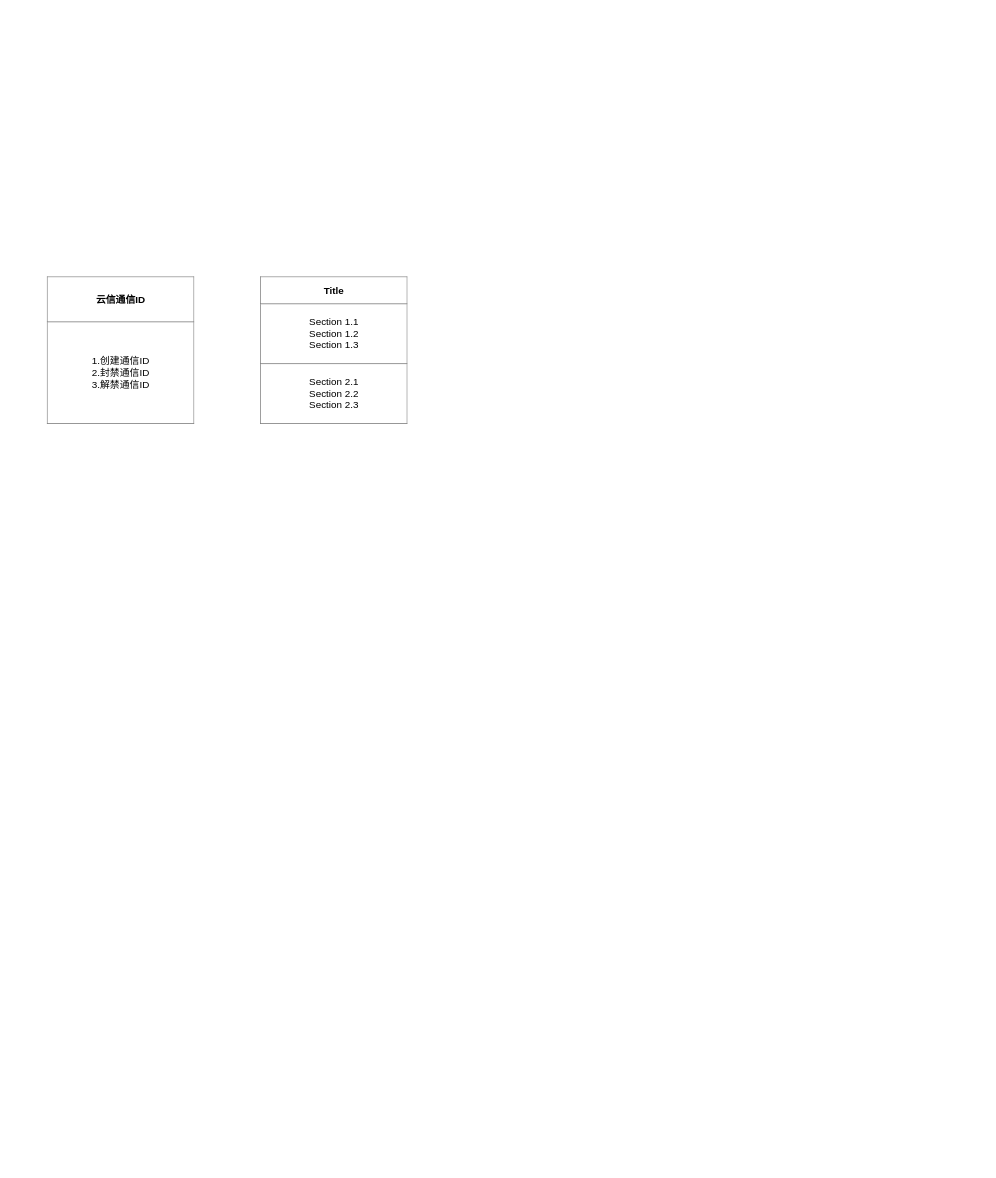
This is 20240417002.drawio from Navven/Img, a draw.io file, before an edit. Source tidied: cells renumbered, new cells numbered last; positions are measured from the earlier drawing's top-left corner, leaving out a move shared by most shapes. Both pictures are drawn from the tidied source at 82%, with x=0, y=0 at pixel (47, 276).
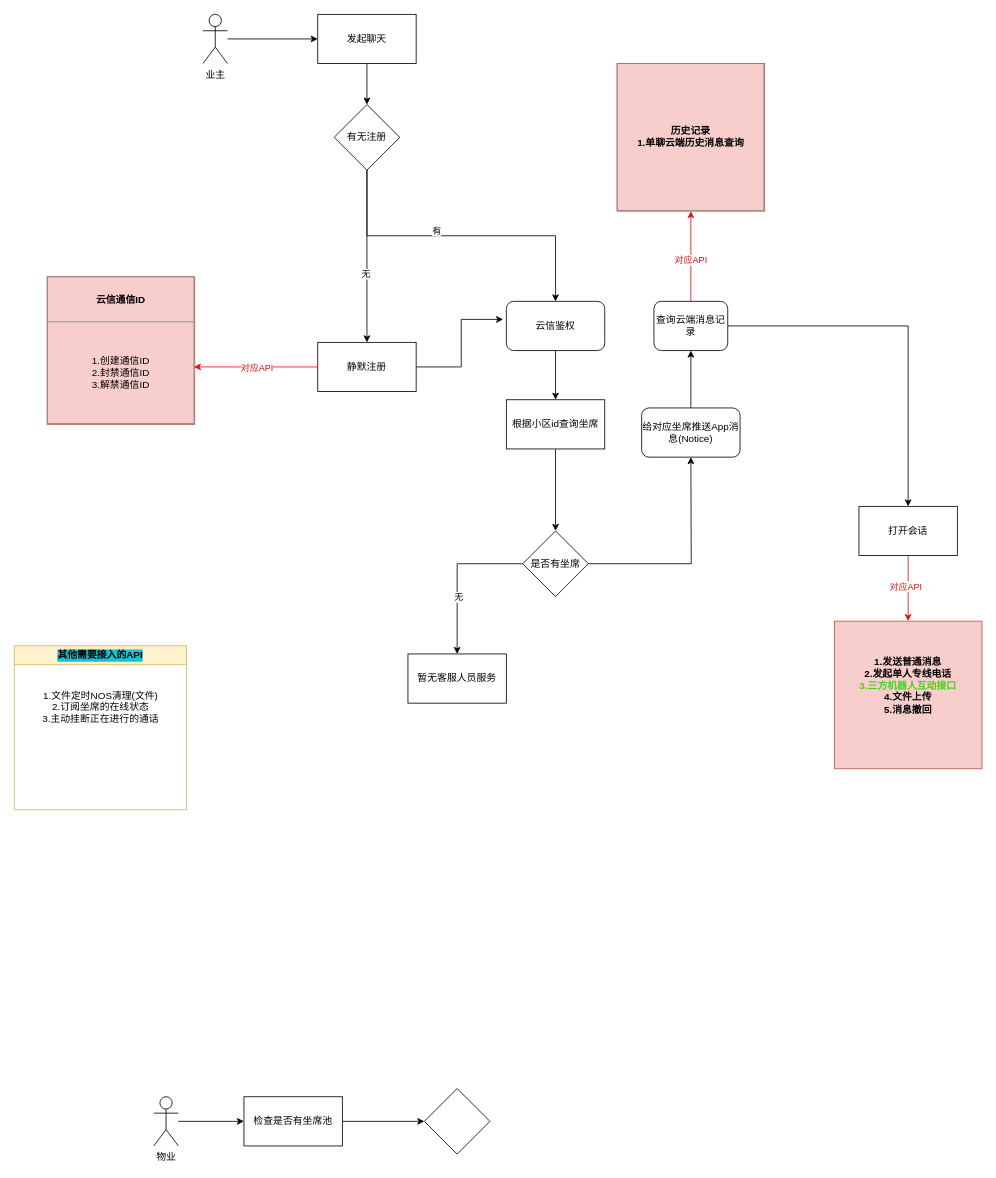
The same diagram, later.

What changed in the source:
```diff
@@
-    <mxCell id="2" value="&lt;table border=&quot;1&quot; width=&quot;100%&quot; height=&quot;100%&quot; cellpadding=&quot;4&quot; style=&quot;width:100%;height:100%;border-collapse:collapse;&quot;&gt;&lt;tbody&gt;&lt;tr&gt;&lt;th align=&quot;center&quot;&gt;云信通信ID&lt;/th&gt;&lt;/tr&gt;&lt;tr&gt;&lt;td align=&quot;center&quot;&gt;1.创建通信ID&lt;br&gt;2.封禁通信ID&lt;br&gt;3.解禁通信ID&lt;/td&gt;&lt;/tr&gt;&lt;/tbody&gt;&lt;/table&gt;" style="text;html=1;whiteSpace=wrap;strokeColor=none;fillColor=none;overflow=fill;" parent="1" vertex="1">
+    <mxCell id="2" value="&lt;table border=&quot;1&quot; width=&quot;100%&quot; height=&quot;100%&quot; cellpadding=&quot;4&quot; style=&quot;width:100%;height:100%;border-collapse:collapse;&quot;&gt;&lt;tbody&gt;&lt;tr&gt;&lt;th align=&quot;center&quot;&gt;云信通信ID&lt;/th&gt;&lt;/tr&gt;&lt;tr&gt;&lt;td align=&quot;center&quot;&gt;1.创建通信ID&lt;br&gt;2.封禁通信ID&lt;br&gt;3.解禁通信ID&lt;/td&gt;&lt;/tr&gt;&lt;/tbody&gt;&lt;/table&gt;" style="text;html=1;whiteSpace=wrap;strokeColor=#b85450;fillColor=#f8cecc;overflow=fill;" parent="1" vertex="1">
       <mxGeometry width="180" height="180" as="geometry" />
     </mxCell>
-    <mxCell id="3" value="&lt;table border=&quot;1&quot; width=&quot;100%&quot; height=&quot;100%&quot; cellpadding=&quot;4&quot; style=&quot;width:100%;height:100%;border-collapse:collapse;&quot;&gt;&lt;tr&gt;&lt;th align=&quot;center&quot;&gt;&lt;b&gt;Title&lt;/b&gt;&lt;/th&gt;&lt;/tr&gt;&lt;tr&gt;&lt;td align=&quot;center&quot;&gt;Section 1.1&#10;Section 1.2&#10;Section 1.3&lt;/td&gt;&lt;/tr&gt;&lt;tr&gt;&lt;td align=&quot;center&quot;&gt;Section 2.1&#10;Section 2.2&#10;Section 2.3&lt;/td&gt;&lt;/tr&gt;&lt;/table&gt;" style="text;html=1;whiteSpace=wrap;strokeColor=none;fillColor=none;overflow=fill;" parent="1" vertex="1">
-      <mxGeometry x="260" width="180" height="180" as="geometry" />
-    </mxCell>
+    <mxCell id="4" style="edgeStyle=orthogonalEdgeStyle;rounded=0;jettySize=auto;html=1;" parent="1" edge="1" source="5" target="6">
+      <mxGeometry relative="1" as="geometry" />
+    </mxCell>
+    <mxCell id="5" value="业主" style="shape=umlActor;verticalLabelPosition=bottom;verticalAlign=top;html=1;outlineConnect=0;" parent="1" vertex="1">
+      <mxGeometry x="190" y="-320" width="30" height="60" as="geometry" />
+    </mxCell>
+    <mxCell id="6" value="发起聊天" style="whiteSpace=wrap;html=1;verticalAlign=middle;" parent="1" vertex="1">
+      <mxGeometry x="330" y="-320" width="120" height="60" as="geometry" />
+    </mxCell>
+    <mxCell id="7" style="edgeStyle=orthogonalEdgeStyle;rounded=0;jettySize=auto;html=1;" parent="1" edge="1" source="11" target="13">
+      <mxGeometry relative="1" as="geometry" />
+    </mxCell>
+    <mxCell id="8" value="无" style="edgeLabel;html=1;align=center;verticalAlign=middle;" parent="7" vertex="1">
+      <mxGeometry x="0.2" y="-2" relative="1" as="geometry" />
+    </mxCell>
+    <mxCell id="9" style="edgeStyle=orthogonalEdgeStyle;rounded=0;jettySize=auto;html=1;exitX=1;exitY=0.5;exitDx=0;exitDy=0;" parent="1" edge="1" source="11">
+      <mxGeometry relative="1" as="geometry">
+        <mxPoint x="620" y="30" as="targetPoint" />
+        <Array as="points">
+          <mxPoint x="390" y="-170" />
+          <mxPoint x="390" y="-50" />
+          <mxPoint x="620" y="-50" />
+        </Array>
+      </mxGeometry>
+    </mxCell>
+    <mxCell id="10" value="有" style="edgeLabel;html=1;align=center;verticalAlign=middle;" parent="9" vertex="1">
+      <mxGeometry x="-0.34" y="-2" relative="1" as="geometry">
+        <mxPoint x="86" y="-2" as="offset" />
+      </mxGeometry>
+    </mxCell>
+    <mxCell id="11" value="&lt;div style=&quot;text-align: justify;&quot;&gt;&lt;span style=&quot;background-color: initial;&quot;&gt;有无注册&lt;/span&gt;&lt;/div&gt;" style="rhombus;whiteSpace=wrap;html=1;verticalAlign=middle;" parent="1" vertex="1">
+      <mxGeometry x="350" y="-210" width="80" height="80" as="geometry" />
+    </mxCell>
+    <mxCell id="12" style="edgeStyle=orthogonalEdgeStyle;rounded=0;jettySize=auto;html=1;entryX=-0.033;entryY=0.367;entryDx=0;entryDy=0;entryPerimeter=0;" parent="1" edge="1" source="13" target="39">
+      <mxGeometry relative="1" as="geometry" />
+    </mxCell>
+    <mxCell id="13" value="静默注册" style="whiteSpace=wrap;html=1;" parent="1" vertex="1">
+      <mxGeometry x="330" y="80" width="120" height="60" as="geometry" />
+    </mxCell>
+    <mxCell id="14" style="edgeStyle=orthogonalEdgeStyle;rounded=0;jettySize=auto;html=1;" parent="1" edge="1" source="31">
+      <mxGeometry relative="1" as="geometry">
+        <mxPoint x="785" y="220" as="targetPoint" />
+      </mxGeometry>
+    </mxCell>
+    <mxCell id="15" style="edgeStyle=orthogonalEdgeStyle;rounded=0;jettySize=auto;html=1;" parent="1" edge="1" source="16" target="31">
+      <mxGeometry relative="1" as="geometry" />
+    </mxCell>
+    <mxCell id="16" value="根据小区id查询坐席" style="whiteSpace=wrap;html=1;" parent="1" vertex="1">
+      <mxGeometry x="560" y="150" width="120" height="60" as="geometry" />
+    </mxCell>
+    <mxCell id="17" style="edgeStyle=orthogonalEdgeStyle;rounded=0;jettySize=auto;html=1;" parent="1" edge="1" source="20" target="28">
+      <mxGeometry relative="1" as="geometry" />
+    </mxCell>
+    <mxCell id="18" style="edgeStyle=orthogonalEdgeStyle;rounded=0;jettySize=auto;html=1;exitX=0.5;exitY=0;exitDx=0;exitDy=0;strokeColor=#d81313;" parent="1" edge="1" source="20" target="35">
+      <mxGeometry relative="1" as="geometry" />
+    </mxCell>
+    <mxCell id="19" value="对应API" style="edgeLabel;html=1;align=center;verticalAlign=middle;fontColor=#d50b0b;" parent="18" vertex="1">
+      <mxGeometry x="-0.07" y="1" relative="1" as="geometry" />
+    </mxCell>
+    <mxCell id="20" value="查询云端消息记录" style="rounded=1;whiteSpace=wrap;html=1;" parent="1" vertex="1">
+      <mxGeometry x="740" y="30" width="90" height="60" as="geometry" />
+    </mxCell>
+    <mxCell id="21" style="edgeStyle=orthogonalEdgeStyle;rounded=0;jettySize=auto;html=1;" parent="1" edge="1" source="22" target="24">
+      <mxGeometry relative="1" as="geometry" />
+    </mxCell>
+    <mxCell id="22" value="物业" style="shape=umlActor;verticalLabelPosition=bottom;verticalAlign=top;html=1;outlineConnect=0;" parent="1" vertex="1">
+      <mxGeometry x="130" y="1000" width="30" height="60" as="geometry" />
+    </mxCell>
+    <mxCell id="23" style="edgeStyle=orthogonalEdgeStyle;rounded=0;jettySize=auto;html=1;" parent="1" edge="1" source="24" target="25">
+      <mxGeometry relative="1" as="geometry" />
+    </mxCell>
+    <mxCell id="24" value="检查是否有坐席池" style="whiteSpace=wrap;html=1;verticalAlign=middle;" parent="1" vertex="1">
+      <mxGeometry x="240" y="1000" width="120" height="60" as="geometry" />
+    </mxCell>
+    <mxCell id="25" style="rhombus;whiteSpace=wrap;html=1;" parent="1" vertex="1">
+      <mxGeometry x="460" y="990" width="80" height="80" as="geometry" />
+    </mxCell>
+    <mxCell id="26" style="edgeStyle=orthogonalEdgeStyle;rounded=0;jettySize=auto;html=1;strokeColor=#d91212;" parent="1" edge="1" source="28">
+      <mxGeometry relative="1" as="geometry">
+        <mxPoint x="1050" y="420" as="targetPoint" />
+      </mxGeometry>
+    </mxCell>
+    <mxCell id="27" value="&lt;font color=&quot;#d41616&quot;&gt;对应API&lt;/font&gt;" style="edgeLabel;html=1;align=center;verticalAlign=middle;" parent="26" vertex="1">
+      <mxGeometry x="-0.08" y="-4" relative="1" as="geometry" />
+    </mxCell>
+    <mxCell id="28" value="打开会话" style="whiteSpace=wrap;html=1;" parent="1" vertex="1">
+      <mxGeometry x="990" y="280" width="120" height="60" as="geometry" />
+    </mxCell>
+    <mxCell id="29" style="edgeStyle=orthogonalEdgeStyle;rounded=0;jettySize=auto;html=1;" parent="1" edge="1" source="31" target="32">
+      <mxGeometry relative="1" as="geometry" />
+    </mxCell>
+    <mxCell id="30" value="无" style="edgeLabel;html=1;align=center;verticalAlign=middle;" parent="29" vertex="1">
+      <mxGeometry x="0.26" y="1" relative="1" as="geometry" />
+    </mxCell>
+    <mxCell id="31" value="是否有坐席" style="rhombus;whiteSpace=wrap;html=1;" parent="1" vertex="1">
+      <mxGeometry x="580" y="310" width="80" height="80" as="geometry" />
+    </mxCell>
+    <mxCell id="32" value="暂无客服人员服务" style="whiteSpace=wrap;html=1;" parent="1" vertex="1">
+      <mxGeometry x="440" y="460" width="120" height="60" as="geometry" />
+    </mxCell>
+    <mxCell id="33" style="edgeStyle=orthogonalEdgeStyle;rounded=0;jettySize=auto;html=1;exitX=0;exitY=0.5;exitDx=0;exitDy=0;entryX=0.994;entryY=0.611;entryDx=0;entryDy=0;entryPerimeter=0;fontColor=#d41616;strokeColor=#e70d0d;" parent="1" edge="1" source="13" target="2">
+      <mxGeometry relative="1" as="geometry" />
+    </mxCell>
+    <mxCell id="34" value="&lt;font color=&quot;#d51010&quot;&gt;对应API&lt;/font&gt;" style="edgeLabel;html=1;align=center;verticalAlign=middle;" parent="33" vertex="1">
+      <mxGeometry x="-0.01" relative="1" as="geometry" />
+    </mxCell>
+    <mxCell id="35" value="&lt;table border=&quot;1&quot; width=&quot;100%&quot; height=&quot;100%&quot; cellpadding=&quot;4&quot; style=&quot;width:100%;height:100%;border-collapse:collapse;&quot;&gt;&lt;tbody&gt;&lt;tr&gt;&lt;th align=&quot;center&quot;&gt;历史记录&lt;br&gt;1.单聊云端历史消息查询&lt;br&gt;&lt;/th&gt;&lt;/tr&gt;&lt;/tbody&gt;&lt;/table&gt;" style="text;html=1;whiteSpace=wrap;strokeColor=#b85450;fillColor=#f8cecc;overflow=fill;" parent="1" vertex="1">
+      <mxGeometry x="695" y="-260" width="180" height="180" as="geometry" />
+    </mxCell>
+    <mxCell id="36" value="&lt;div&gt;&lt;span style=&quot;font-weight: 700;&quot;&gt;&lt;br&gt;&lt;/span&gt;&lt;/div&gt;&lt;span style=&quot;font-weight: 700;&quot;&gt;&lt;div&gt;&lt;span style=&quot;font-weight: 700;&quot;&gt;&lt;br&gt;&lt;/span&gt;&lt;/div&gt;&lt;div&gt;&lt;span style=&quot;font-weight: 700;&quot;&gt;&lt;br&gt;&lt;/span&gt;&lt;/div&gt;&lt;div&gt;&lt;span style=&quot;background-color: initial;&quot;&gt;1.发送普通消息&lt;/span&gt;&lt;br&gt;&lt;/div&gt;&lt;/span&gt;&lt;div style=&quot;font-weight: 700;&quot;&gt;2.发起单人专线电话&lt;br&gt;&lt;font color=&quot;#3fd416&quot;&gt;3.三方机器人互动接口&lt;/font&gt;&lt;/div&gt;&lt;div style=&quot;font-weight: 700;&quot;&gt;4.文件上传&lt;br&gt;5.消息撤回&lt;/div&gt;" style="text;html=1;whiteSpace=wrap;strokeColor=#b85450;fillColor=#f8cecc;overflow=fill;verticalAlign=middle;align=center;" parent="1" vertex="1">
+      <mxGeometry x="960" y="420" width="180" height="180" as="geometry" />
+    </mxCell>
+    <mxCell id="37" style="edgeStyle=orthogonalEdgeStyle;rounded=0;jettySize=auto;html=1;" parent="1" edge="1" source="6" target="11">
+      <mxGeometry relative="1" as="geometry" />
+    </mxCell>
+    <mxCell id="38" style="edgeStyle=orthogonalEdgeStyle;rounded=0;jettySize=auto;html=1;exitX=0.5;exitY=1;exitDx=0;exitDy=0;" parent="1" edge="1" source="39" target="16">
+      <mxGeometry relative="1" as="geometry" />
+    </mxCell>
+    <mxCell id="39" value="云信鉴权" style="rounded=1;whiteSpace=wrap;html=1;" parent="1" vertex="1">
+      <mxGeometry x="560" y="30" width="120" height="60" as="geometry" />
+    </mxCell>
+    <mxCell id="40" value="其他需要接入的API" style="swimlane;whiteSpace=wrap;html=1;labelBackgroundColor=#16c3d0;fillColor=#fff2cc;strokeColor=#d6b656;" parent="1" vertex="1">
+      <mxGeometry x="-40" y="450" width="210" height="200" as="geometry" />
+    </mxCell>
+    <mxCell id="41" value="1.文件定时NOS清理(文件)&lt;br&gt;2.订阅坐席的在线状态&lt;br&gt;3.主动挂断正在进行的通话" style="text;html=1;align=center;verticalAlign=middle;strokeColor=none;fillColor=none;" parent="40" vertex="1">
+      <mxGeometry x="20" y="45" width="170" height="60" as="geometry" />
+    </mxCell>
+    <mxCell id="42" value="给对应坐席推送App消息(Notice)" style="rounded=1;whiteSpace=wrap;html=1;" parent="1" vertex="1">
+      <mxGeometry x="725" y="160" width="120" height="60" as="geometry" />
+    </mxCell>
+    <mxCell id="43" style="endArrow=classic;html=1;rounded=0;entryX=0.5;entryY=1;entryDx=0;entryDy=0;exitX=0.5;exitY=0;exitDx=0;exitDy=0;" parent="1" edge="1" source="42" target="20">
+      <mxGeometry relative="1" as="geometry" />
+    </mxCell>
```
